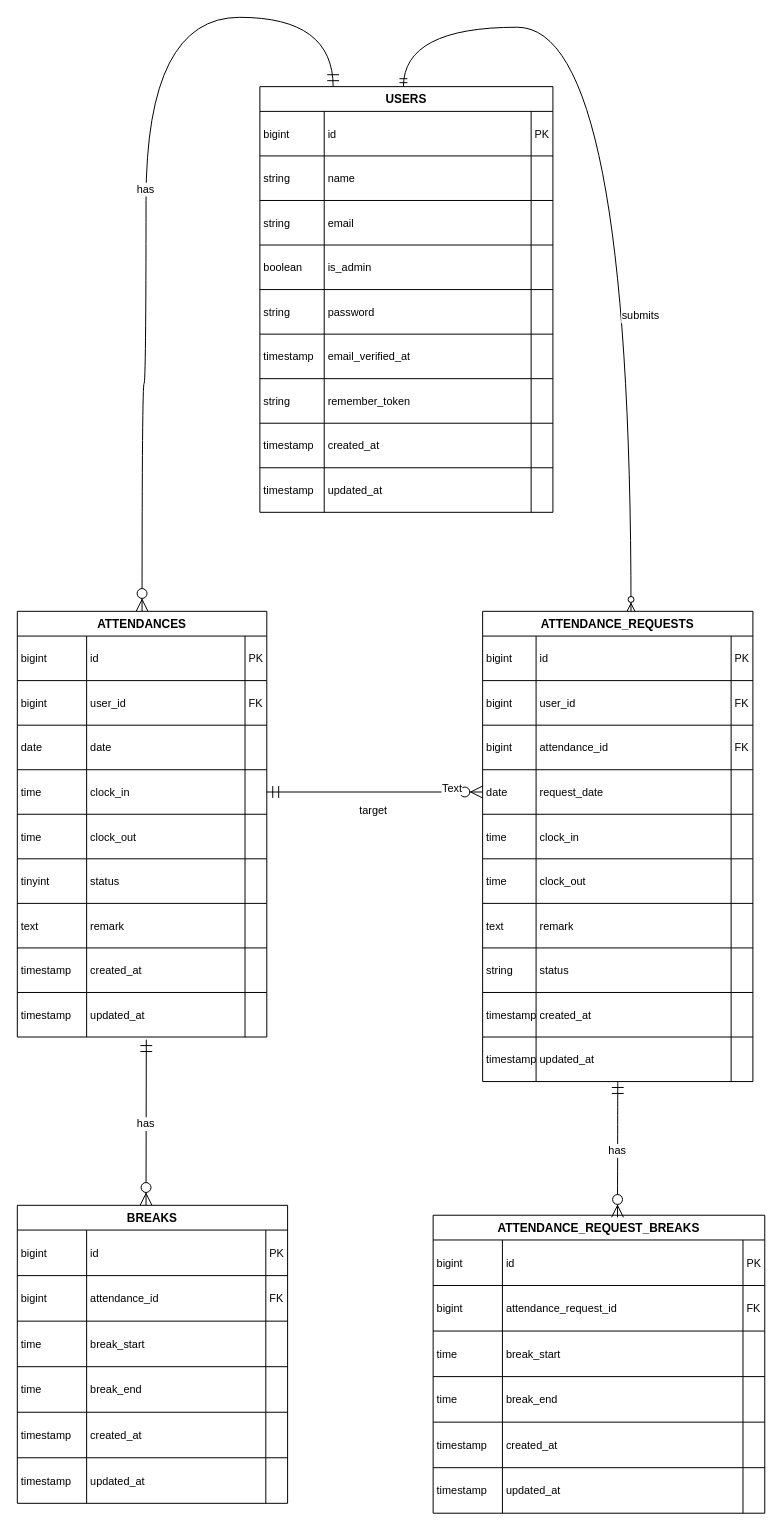
Before: src/docs/勤怠管理.drawio in keigomatsuyama/test5, a draw.io diagram. Source tidied: cells renumbered, new cells numbered last; positions are measured from the earlier drawing's top-left corner, leaving out a move shared by most shapes. Both pictures are drawn from the tidied source at 99%, with x=0, y=0 at pixel (17, 17).
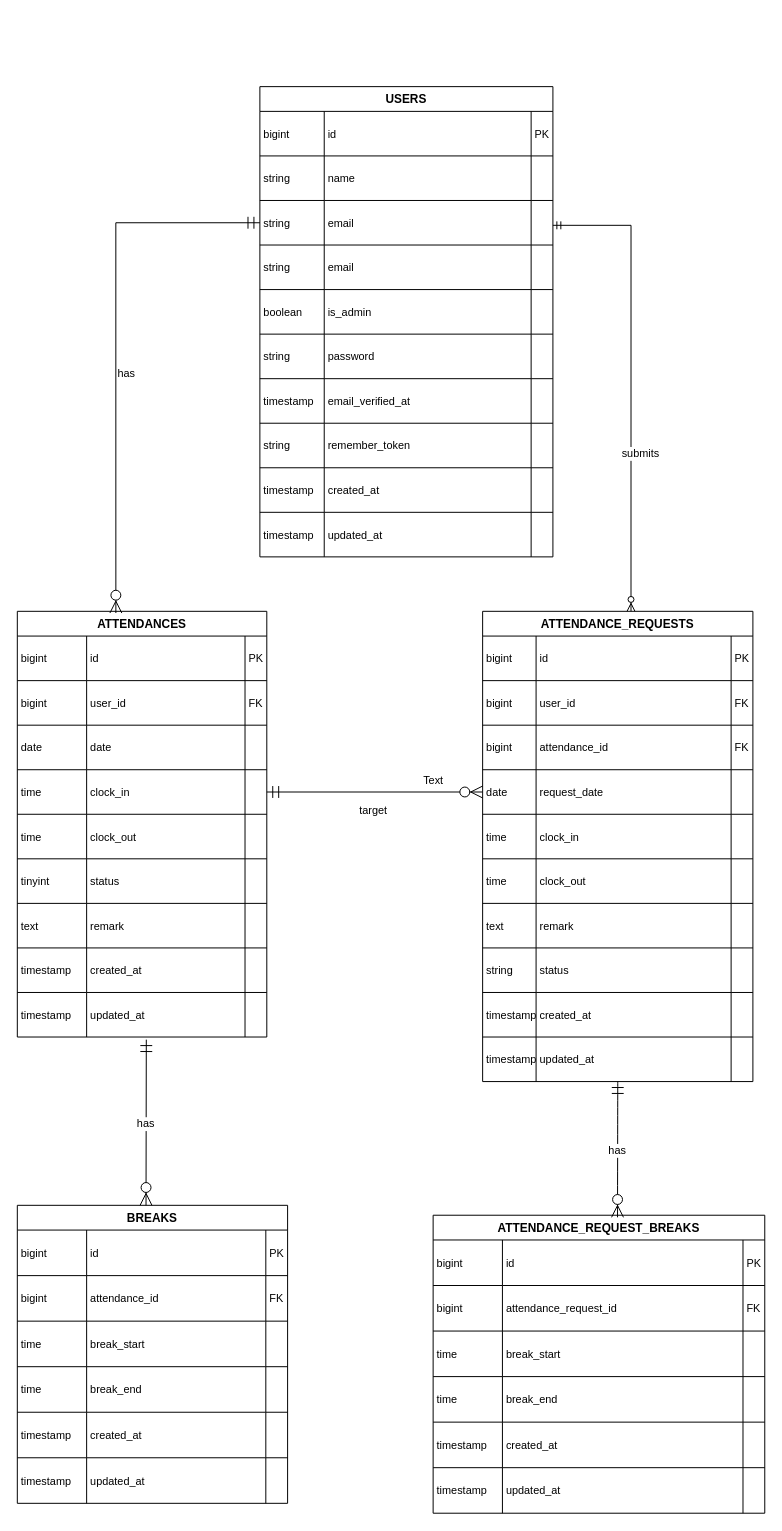
The same page after the edit.

Unchanged cells that the change refers to:
```xml
<mxCell id="39" value="ATTENDANCES" style="shape=table;startSize=25;childLayout=tableLayout;rowLines=1;fontStyle=1;align=center;" parent="1" vertex="1">
  <mxGeometry y="600" width="252" height="430" as="geometry" />
</mxCell>
<mxCell id="101" value="ATTENDANCE_REQUESTS" style="shape=table;startSize=25;childLayout=tableLayout;rowLines=1;fontStyle=1;align=center;" parent="1" vertex="1">
  <mxGeometry x="470" y="600" width="273" height="475" as="geometry" />
</mxCell>
<mxCell id="170" value="target" style="startArrow=ERmandOne;startSize=10;endArrow=ERzeroToMany;endSize=10;exitX=1;exitY=0.5;entryX=0;entryY=0.5;rounded=0;exitDx=0;exitDy=0;entryDx=0;entryDy=0;" parent="1" edge="1" source="52" target="114">
  <mxGeometry x="-0.01" y="-17" relative="1" as="geometry">
    <mxPoint y="1" as="offset" />
  </mxGeometry>
</mxCell>
```

The edit, as a diff of the source:
```diff
@@
     <mxCell id="2" value="USERS" style="shape=table;startSize=25;childLayout=tableLayout;rowLines=1;fontStyle=1;align=center;" parent="1" vertex="1">
-      <mxGeometry x="245" y="70" width="296" height="430" as="geometry" />
+      <mxGeometry x="245" y="70" width="296" height="475" as="geometry" />
     </mxCell>
@@
+    <mxCell id="173" style="shape=tableRow;horizontal=0;startSize=0;swimlaneHead=0;swimlaneBody=0;fillColor=none;points=[[0,0.5],[1,0.5]];portConstraint=eastwest;top=0;left=0;right=0;bottom=0;" parent="2" vertex="1">
+      <mxGeometry y="115" width="296" height="45" as="geometry" />
+    </mxCell>
+    <mxCell id="174" value="string" style="shape=partialRectangle;fillColor=none;top=0;left=0;bottom=0;right=0;align=left;spacingLeft=2;overflow=hidden;fontSize=11;" parent="173" vertex="1">
+      <mxGeometry width="65" height="45" as="geometry" />
+    </mxCell>
+    <mxCell id="175" value="email" style="shape=partialRectangle;fillColor=none;top=0;left=0;bottom=0;right=0;align=left;spacingLeft=2;overflow=hidden;fontSize=11;" parent="173" vertex="1">
+      <mxGeometry x="65" width="209" height="45" as="geometry" />
+    </mxCell>
+    <mxCell id="176" style="shape=partialRectangle;fillColor=none;top=0;left=0;bottom=0;right=0;align=left;spacingLeft=2;overflow=hidden;fontSize=11;" parent="173" vertex="1">
+      <mxGeometry x="274" width="22" height="45" as="geometry" />
+    </mxCell>
     <mxCell id="11" style="shape=tableRow;horizontal=0;startSize=0;swimlaneHead=0;swimlaneBody=0;fillColor=none;top=0;left=0;right=0;bottom=0;" parent="2" vertex="1">
-      <mxGeometry y="115" width="296" height="45" as="geometry" />
+      <mxGeometry y="160" width="296" height="45" as="geometry" />
     </mxCell>
@@
     <mxCell id="15" style="shape=tableRow;horizontal=0;startSize=0;swimlaneHead=0;swimlaneBody=0;fillColor=none;top=0;left=0;right=0;bottom=0;" parent="2" vertex="1">
-      <mxGeometry y="160" width="296" height="45" as="geometry" />
+      <mxGeometry y="205" width="296" height="45" as="geometry" />
     </mxCell>
@@
     <mxCell id="19" style="shape=tableRow;horizontal=0;startSize=0;swimlaneHead=0;swimlaneBody=0;fillColor=none;top=0;left=0;right=0;bottom=0;" parent="2" vertex="1">
-      <mxGeometry y="205" width="296" height="45" as="geometry" />
+      <mxGeometry y="250" width="296" height="45" as="geometry" />
     </mxCell>
@@
     <mxCell id="23" style="shape=tableRow;horizontal=0;startSize=0;swimlaneHead=0;swimlaneBody=0;fillColor=none;top=0;left=0;right=0;bottom=0;" parent="2" vertex="1">
-      <mxGeometry y="250" width="296" height="45" as="geometry" />
+      <mxGeometry y="295" width="296" height="45" as="geometry" />
     </mxCell>
@@
     <mxCell id="27" style="shape=tableRow;horizontal=0;startSize=0;swimlaneHead=0;swimlaneBody=0;fillColor=none;top=0;left=0;right=0;bottom=0;" parent="2" vertex="1">
-      <mxGeometry y="295" width="296" height="45" as="geometry" />
+      <mxGeometry y="340" width="296" height="45" as="geometry" />
     </mxCell>
@@
     <mxCell id="31" style="shape=tableRow;horizontal=0;startSize=0;swimlaneHead=0;swimlaneBody=0;fillColor=none;top=0;left=0;right=0;bottom=0;" parent="2" vertex="1">
-      <mxGeometry y="340" width="296" height="45" as="geometry" />
+      <mxGeometry y="385" width="296" height="45" as="geometry" />
     </mxCell>
@@
     <mxCell id="35" style="shape=tableRow;horizontal=0;startSize=0;swimlaneHead=0;swimlaneBody=0;fillColor=none;top=0;left=0;right=0;bottom=0;" parent="2" vertex="1">
-      <mxGeometry y="385" width="296" height="45" as="geometry" />
+      <mxGeometry y="430" width="296" height="45" as="geometry" />
     </mxCell>
@@
-    <mxCell id="167" value="has" style="curved=1;startArrow=ERmandOne;startSize=10;endArrow=ERzeroToMany;endSize=10;rounded=0;exitX=0.25;exitY=0;exitDx=0;exitDy=0;edgeStyle=orthogonalEdgeStyle;entryX=0.5;entryY=0;entryDx=0;entryDy=0;" parent="1" edge="1" source="2" target="39">
-      <mxGeometry relative="1" as="geometry">
-        <Array as="points">
-          <mxPoint x="319" />
-          <mxPoint x="130" />
-          <mxPoint x="130" y="370" />
-          <mxPoint x="126" y="370" />
-        </Array>
-      </mxGeometry>
+    <mxCell id="167" value="has" style="startArrow=ERmandOne;startSize=10;endArrow=ERzeroToMany;endSize=10;rounded=0;entryX=0.395;entryY=0.004;entryDx=0;entryDy=0;entryPerimeter=0;exitX=0;exitY=0.5;exitDx=0;exitDy=0;edgeStyle=orthogonalEdgeStyle;" parent="1" edge="1" source="173" target="39">
+      <mxGeometry x="0.1" y="11" relative="1" as="geometry" />
     </mxCell>
@@
-    <mxCell id="169" value="submits" style="startArrow=ERmandOne;endArrow=ERzeroToMany;rounded=0;exitX=0.5;exitY=0;exitDx=0;exitDy=0;edgeStyle=orthogonalEdgeStyle;curved=1;entryX=0.549;entryY=0;entryDx=0;entryDy=0;entryPerimeter=0;" parent="1" edge="1" target="101">
+    <mxCell id="169" value="submits" style="startArrow=ERmandOne;endArrow=ERzeroToMany;rounded=0;entryX=0.549;entryY=0;entryDx=0;entryDy=0;entryPerimeter=0;edgeStyle=orthogonalEdgeStyle;exitX=1;exitY=0.5;exitDx=0;exitDy=0;" parent="1" edge="1" target="101">
       <mxGeometry x="0.32" y="10" relative="1" as="geometry">
-        <mxPoint x="390" y="70" as="sourcePoint" />
+        <mxPoint x="541" y="210.1" as="sourcePoint" />
         <Array as="points">
-          <mxPoint x="390" y="10" />
-          <mxPoint x="620" y="10" />
+          <mxPoint x="620" y="210" />
         </Array>
       </mxGeometry>
     </mxCell>
@@
     <mxCell id="171" value="Text" style="edgeLabel;html=1;align=center;verticalAlign=middle;" parent="170" vertex="1">
-      <mxGeometry x="0.71" y="4" relative="1" as="geometry" />
+      <mxGeometry x="0.71" y="4" relative="1" as="geometry">
+        <mxPoint x="-19" y="-8" as="offset" />
+      </mxGeometry>
     </mxCell>
```
